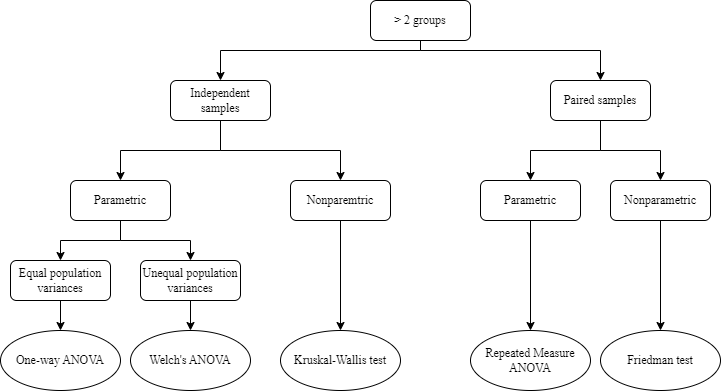
Above: Figure 5.drawio.png in Ochoka/Data (draw.io), before the change. Source tidied: cells renumbered, new cells last; positions are measured from the earlier drawing's top-left corner, leaving out a move shared by most shapes.
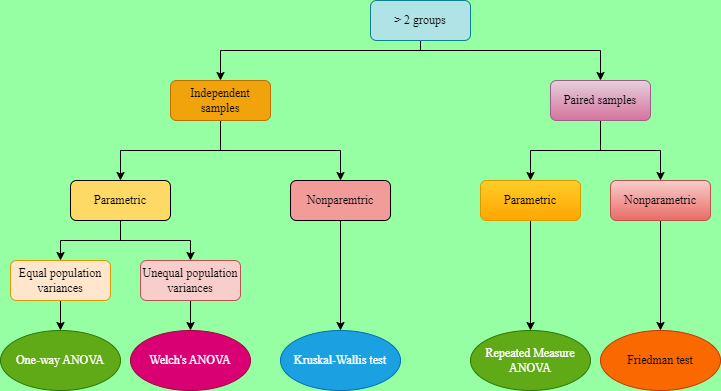
The same diagram one commit later.

Change to the diagram source:
```diff
@@ -1,32 +1,32 @@
-<mxGraphModel>
+<mxGraphModel background="#96FFA4">
   <root>
     <mxCell id="0" />
     <mxCell id="1" parent="0" />
-    <mxCell id="2" value="&lt;font face=&quot;Times New Roman&quot;&gt;One-way ANOVA&lt;/font&gt;" style="ellipse;whiteSpace=wrap;html=1;" parent="1" vertex="1">
+    <mxCell id="2" value="&lt;font face=&quot;Times New Roman&quot;&gt;One-way ANOVA&lt;/font&gt;" style="ellipse;whiteSpace=wrap;html=1;fillColor=#60a917;strokeColor=#2D7600;fontColor=#ffffff;" parent="1" vertex="1">
       <mxGeometry y="330" width="120" height="60" as="geometry" />
     </mxCell>
-    <mxCell id="3" value="&lt;font face=&quot;Times New Roman&quot;&gt;Welch's ANOVA&lt;/font&gt;" style="ellipse;whiteSpace=wrap;html=1;" parent="1" vertex="1">
+    <mxCell id="3" value="&lt;font face=&quot;Times New Roman&quot;&gt;Welch's ANOVA&lt;/font&gt;" style="ellipse;whiteSpace=wrap;html=1;fillColor=#d80073;fontColor=#ffffff;strokeColor=#A50040;" parent="1" vertex="1">
       <mxGeometry x="130" y="330" width="120" height="60" as="geometry" />
     </mxCell>
-    <mxCell id="4" value="&lt;font face=&quot;Times New Roman&quot;&gt;Kruskal-Wallis test&lt;/font&gt;" style="ellipse;whiteSpace=wrap;html=1;" parent="1" vertex="1">
+    <mxCell id="4" value="&lt;font face=&quot;Times New Roman&quot;&gt;Kruskal-Wallis test&lt;/font&gt;" style="ellipse;whiteSpace=wrap;html=1;fillColor=#1ba1e2;fontColor=#ffffff;strokeColor=#006EAF;" parent="1" vertex="1">
       <mxGeometry x="280" y="330" width="120" height="60" as="geometry" />
     </mxCell>
-    <mxCell id="5" value="&lt;font face=&quot;Times New Roman&quot;&gt;Repeated Measure ANOVA&lt;/font&gt;" style="ellipse;whiteSpace=wrap;html=1;" parent="1" vertex="1">
+    <mxCell id="5" value="&lt;font face=&quot;Times New Roman&quot;&gt;Repeated Measure ANOVA&lt;/font&gt;" style="ellipse;whiteSpace=wrap;html=1;fillColor=#60a917;fontColor=#ffffff;strokeColor=#2D7600;" parent="1" vertex="1">
       <mxGeometry x="470" y="330" width="120" height="60" as="geometry" />
     </mxCell>
-    <mxCell id="6" value="&lt;font face=&quot;Times New Roman&quot;&gt;Friedman test&lt;/font&gt;" style="ellipse;whiteSpace=wrap;html=1;" parent="1" vertex="1">
+    <mxCell id="6" value="&lt;font face=&quot;Times New Roman&quot;&gt;Friedman test&lt;/font&gt;" style="ellipse;whiteSpace=wrap;html=1;fillColor=#fa6800;fontColor=#000000;strokeColor=#C73500;" parent="1" vertex="1">
       <mxGeometry x="600" y="330" width="120" height="60" as="geometry" />
     </mxCell>
     <mxCell id="7" style="edgeStyle=orthogonalEdgeStyle;rounded=0;jettySize=auto;html=1;entryX=0.5;entryY=0;entryDx=0;entryDy=0;" parent="1" edge="1" source="8" target="2">
       <mxGeometry relative="1" as="geometry" />
     </mxCell>
-    <mxCell id="8" value="&lt;font face=&quot;Times New Roman&quot;&gt;Equal population variances&lt;/font&gt;" style="rounded=1;whiteSpace=wrap;html=1;" parent="1" vertex="1">
+    <mxCell id="8" value="&lt;font face=&quot;Times New Roman&quot;&gt;Equal population variances&lt;/font&gt;" style="rounded=1;whiteSpace=wrap;html=1;fillColor=#ffe6cc;strokeColor=#d79b00;" parent="1" vertex="1">
       <mxGeometry x="10" y="260" width="100" height="40" as="geometry" />
     </mxCell>
     <mxCell id="9" style="edgeStyle=orthogonalEdgeStyle;rounded=0;jettySize=auto;html=1;entryX=0.5;entryY=0;entryDx=0;entryDy=0;" parent="1" edge="1" source="10" target="3">
       <mxGeometry relative="1" as="geometry" />
     </mxCell>
-    <mxCell id="10" value="&lt;font face=&quot;Times New Roman&quot;&gt;Unequal population variances&lt;/font&gt;" style="rounded=1;whiteSpace=wrap;html=1;" parent="1" vertex="1">
+    <mxCell id="10" value="&lt;font face=&quot;Times New Roman&quot;&gt;Unequal population variances&lt;/font&gt;" style="rounded=1;whiteSpace=wrap;html=1;fillColor=#f8cecc;strokeColor=#b85450;" parent="1" vertex="1">
       <mxGeometry x="140" y="260" width="100" height="40" as="geometry" />
     </mxCell>
     <mxCell id="11" style="edgeStyle=orthogonalEdgeStyle;rounded=0;jettySize=auto;html=1;entryX=0.5;entryY=0;entryDx=0;entryDy=0;" parent="1" edge="1" source="13" target="8">
@@ -35,25 +35,25 @@
     <mxCell id="12" style="edgeStyle=orthogonalEdgeStyle;rounded=0;jettySize=auto;html=1;" parent="1" edge="1" source="13" target="10">
       <mxGeometry relative="1" as="geometry" />
     </mxCell>
-    <mxCell id="13" value="&lt;font face=&quot;Times New Roman&quot;&gt;Parametric&lt;/font&gt;" style="rounded=1;whiteSpace=wrap;html=1;" parent="1" vertex="1">
+    <mxCell id="13" value="&lt;font face=&quot;Times New Roman&quot;&gt;Parametric&lt;/font&gt;" style="rounded=1;whiteSpace=wrap;html=1;fillColor=#FFD966;" parent="1" vertex="1">
       <mxGeometry x="70" y="180" width="100" height="40" as="geometry" />
     </mxCell>
     <mxCell id="14" style="edgeStyle=orthogonalEdgeStyle;rounded=0;jettySize=auto;html=1;" parent="1" edge="1" source="15" target="4">
       <mxGeometry relative="1" as="geometry" />
     </mxCell>
-    <mxCell id="15" value="&lt;font face=&quot;Times New Roman&quot;&gt;Nonparemtric&lt;/font&gt;" style="rounded=1;whiteSpace=wrap;html=1;" parent="1" vertex="1">
+    <mxCell id="15" value="&lt;font face=&quot;Times New Roman&quot;&gt;Nonparemtric&lt;/font&gt;" style="rounded=1;whiteSpace=wrap;html=1;fillColor=#F19C99;" parent="1" vertex="1">
       <mxGeometry x="290" y="180" width="100" height="40" as="geometry" />
     </mxCell>
     <mxCell id="16" style="edgeStyle=orthogonalEdgeStyle;rounded=0;jettySize=auto;html=1;exitX=0.5;exitY=1;exitDx=0;exitDy=0;entryX=0.5;entryY=0;entryDx=0;entryDy=0;" parent="1" edge="1" source="17" target="5">
       <mxGeometry relative="1" as="geometry" />
     </mxCell>
-    <mxCell id="17" value="&lt;font face=&quot;Times New Roman&quot;&gt;Parametric&lt;/font&gt;" style="rounded=1;whiteSpace=wrap;html=1;" parent="1" vertex="1">
+    <mxCell id="17" value="&lt;font face=&quot;Times New Roman&quot;&gt;Parametric&lt;/font&gt;" style="rounded=1;whiteSpace=wrap;html=1;fillColor=#ffcd28;gradientColor=#ffa500;strokeColor=#d79b00;" parent="1" vertex="1">
       <mxGeometry x="480" y="180" width="100" height="40" as="geometry" />
     </mxCell>
     <mxCell id="18" style="edgeStyle=orthogonalEdgeStyle;rounded=0;jettySize=auto;html=1;entryX=0.5;entryY=0;entryDx=0;entryDy=0;" parent="1" edge="1" source="19" target="6">
       <mxGeometry relative="1" as="geometry" />
     </mxCell>
-    <mxCell id="19" value="&lt;font face=&quot;Times New Roman&quot;&gt;Nonparametric&lt;/font&gt;" style="rounded=1;whiteSpace=wrap;html=1;" parent="1" vertex="1">
+    <mxCell id="19" value="&lt;font face=&quot;Times New Roman&quot;&gt;Nonparametric&lt;/font&gt;" style="rounded=1;whiteSpace=wrap;html=1;fillColor=#f8cecc;gradientColor=#ea6b66;strokeColor=#b85450;" parent="1" vertex="1">
       <mxGeometry x="610" y="180" width="100" height="40" as="geometry" />
     </mxCell>
     <mxCell id="20" style="edgeStyle=orthogonalEdgeStyle;rounded=0;jettySize=auto;html=1;" parent="1" edge="1" source="22" target="13">
@@ -67,7 +67,7 @@
         </Array>
       </mxGeometry>
     </mxCell>
-    <mxCell id="22" value="&lt;font face=&quot;Times New Roman&quot;&gt;Independent samples&lt;/font&gt;" style="rounded=1;whiteSpace=wrap;html=1;" parent="1" vertex="1">
+    <mxCell id="22" value="&lt;font face=&quot;Times New Roman&quot;&gt;Independent samples&lt;/font&gt;" style="rounded=1;whiteSpace=wrap;html=1;fillColor=#f0a30a;fontColor=#000000;strokeColor=#BD7000;" parent="1" vertex="1">
       <mxGeometry x="170" y="80" width="100" height="40" as="geometry" />
     </mxCell>
     <mxCell id="23" style="edgeStyle=orthogonalEdgeStyle;rounded=0;jettySize=auto;html=1;exitX=0.5;exitY=1;exitDx=0;exitDy=0;entryX=0.5;entryY=0;entryDx=0;entryDy=0;" parent="1" edge="1" source="25" target="17">
@@ -76,7 +76,7 @@
     <mxCell id="24" style="edgeStyle=orthogonalEdgeStyle;rounded=0;jettySize=auto;html=1;entryX=0.5;entryY=0;entryDx=0;entryDy=0;" parent="1" edge="1" source="25" target="19">
       <mxGeometry relative="1" as="geometry" />
     </mxCell>
-    <mxCell id="25" value="&lt;font face=&quot;Times New Roman&quot;&gt;Paired samples&lt;/font&gt;" style="rounded=1;whiteSpace=wrap;html=1;" parent="1" vertex="1">
+    <mxCell id="25" value="&lt;font face=&quot;Times New Roman&quot;&gt;Paired samples&lt;/font&gt;" style="rounded=1;whiteSpace=wrap;html=1;fillColor=#e6d0de;gradientColor=#d5739d;strokeColor=#996185;" parent="1" vertex="1">
       <mxGeometry x="550" y="80" width="100" height="40" as="geometry" />
     </mxCell>
     <mxCell id="26" style="edgeStyle=orthogonalEdgeStyle;rounded=0;jettySize=auto;html=1;entryX=0.5;entryY=0;entryDx=0;entryDy=0;" parent="1" edge="1" source="28" target="22">
@@ -95,7 +95,7 @@
         </Array>
       </mxGeometry>
     </mxCell>
-    <mxCell id="28" value="&lt;font face=&quot;Times New Roman&quot;&gt;&amp;gt; 2 groups&lt;/font&gt;" style="rounded=1;whiteSpace=wrap;html=1;" parent="1" vertex="1">
+    <mxCell id="28" value="&lt;font face=&quot;Times New Roman&quot;&gt;&amp;gt; 2 groups&lt;/font&gt;" style="rounded=1;whiteSpace=wrap;html=1;fillColor=#b0e3e6;strokeColor=#0e8088;" parent="1" vertex="1">
       <mxGeometry x="370" width="100" height="40" as="geometry" />
     </mxCell>
   </root>
```
